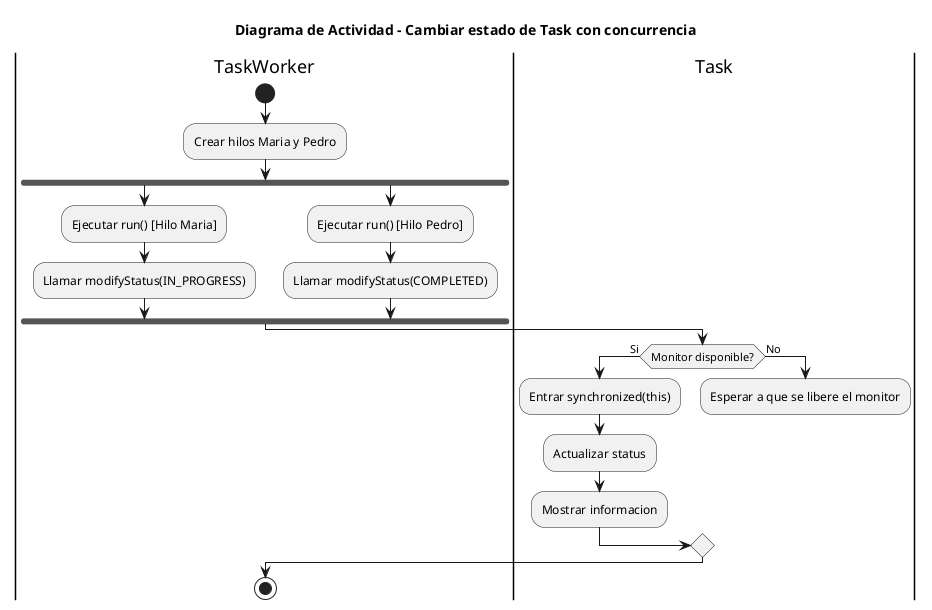
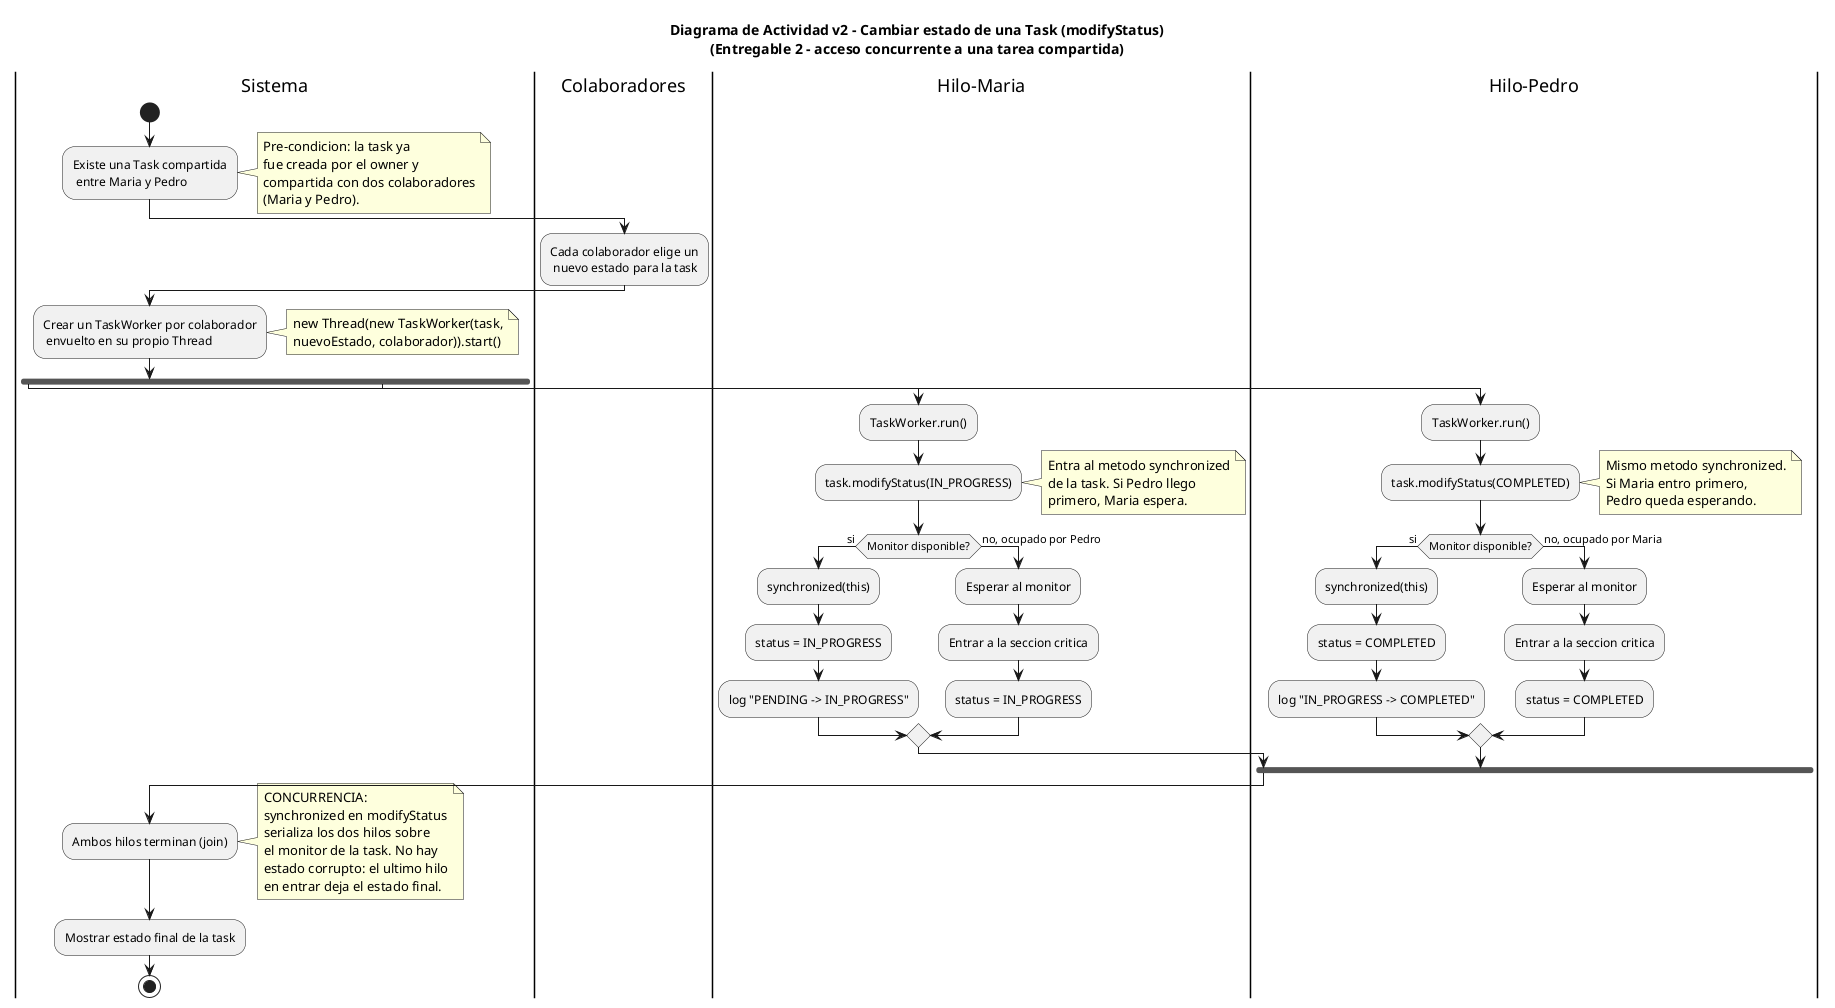
@startuml DiagramaActividadV2
- title Diagrama de Actividad - Cambiar estado de Task con concurrencia
+ title Diagrama de Actividad v2 - Cambiar estado de una Task (modifyStatus)\n(Entregable 2 - acceso concurrente a una tarea compartida)

- |TaskWorker|
+ |Sistema|
start
- :Crear hilos Maria y Pedro;
+ :Existe una Task compartida
+  entre Maria y Pedro;
+ note right
+   Pre-condicion: la task ya
+   fue creada por el owner y
+   compartida con dos colaboradores
+   (Maria y Pedro).
+ end note
+ 
+ |Colaboradores|
+ :Cada colaborador elige un
+  nuevo estado para la task;
+ 
+ |Sistema|
+ :Crear un TaskWorker por colaborador
+  envuelto en su propio Thread;
+ note right
+   new Thread(new TaskWorker(task,
+   nuevoEstado, colaborador)).start()
+ end note
+ 
fork
-   :Ejecutar run() [Hilo Maria];
-   :Llamar modifyStatus(IN_PROGRESS);
+   |Hilo-Maria|
+   :TaskWorker.run();
+   :task.modifyStatus(IN_PROGRESS);
+   note right
+     Entra al metodo synchronized
+     de la task. Si Pedro llego
+     primero, Maria espera.
+   end note
+   if (Monitor disponible?) then (si)
+     :synchronized(this);
+     :status = IN_PROGRESS;
+     :log "PENDING -> IN_PROGRESS";
+   else (no, ocupado por Pedro)
+     :Esperar al monitor;
+     :Entrar a la seccion critica;
+     :status = IN_PROGRESS;
+   endif
fork again
-   :Ejecutar run() [Hilo Pedro];
-   :Llamar modifyStatus(COMPLETED);
+   |Hilo-Pedro|
+   :TaskWorker.run();
+   :task.modifyStatus(COMPLETED);
+   note right
+     Mismo metodo synchronized.
+     Si Maria entro primero,
+     Pedro queda esperando.
+   end note
+   if (Monitor disponible?) then (si)
+     :synchronized(this);
+     :status = COMPLETED;
+     :log "IN_PROGRESS -> COMPLETED";
+   else (no, ocupado por Maria)
+     :Esperar al monitor;
+     :Entrar a la seccion critica;
+     :status = COMPLETED;
+   endif
end fork

- |Task|
- if (Monitor disponible?) then (Si)
-   :Entrar synchronized(this);
-   :Actualizar status;
-   :Mostrar informacion;
- else (No)
-   :Esperar a que se libere el monitor;
-   -[hidden]->
- endif
+ |Sistema|
+ :Ambos hilos terminan (join);
+ note right
+   CONCURRENCIA:
+   synchronized en modifyStatus
+   serializa los dos hilos sobre
+   el monitor de la task. No hay
+   estado corrupto: el ultimo hilo
+   en entrar deja el estado final.
+ end note

- |TaskWorker|
+ :Mostrar estado final de la task;
stop

@enduml
